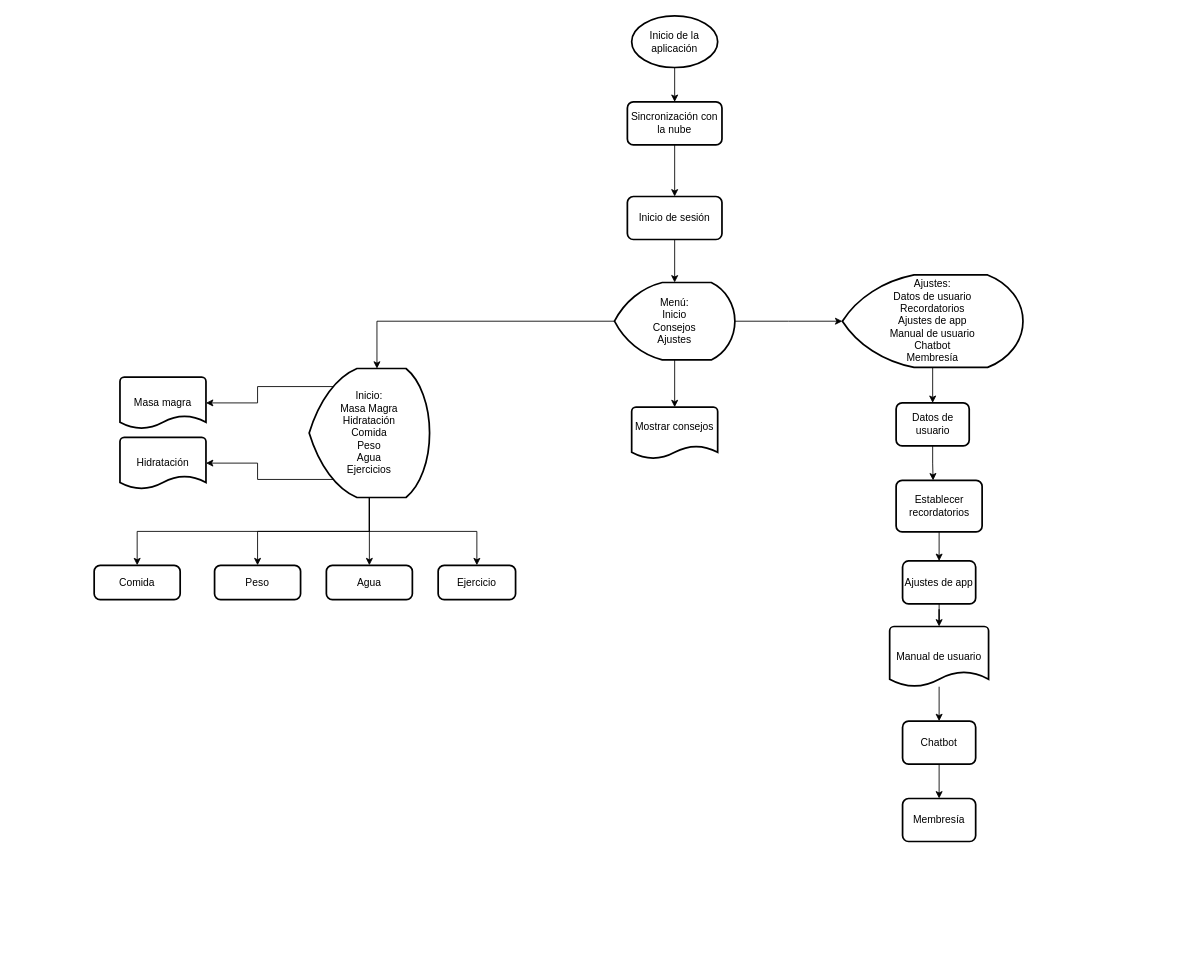
Earlier version of the draw.io diagram Tercera_Fase/Diagramas de software/Diagrama_App.drawio (Angeloib98/BIATRONIC). Source tidied: cells renumbered, new cells numbered last; positions are measured from the earlier drawing's top-left corner, leaving out a move shared by most shapes. Both pictures are drawn from the tidied source at 86%, with x=0, y=0 at pixel (94, 15).
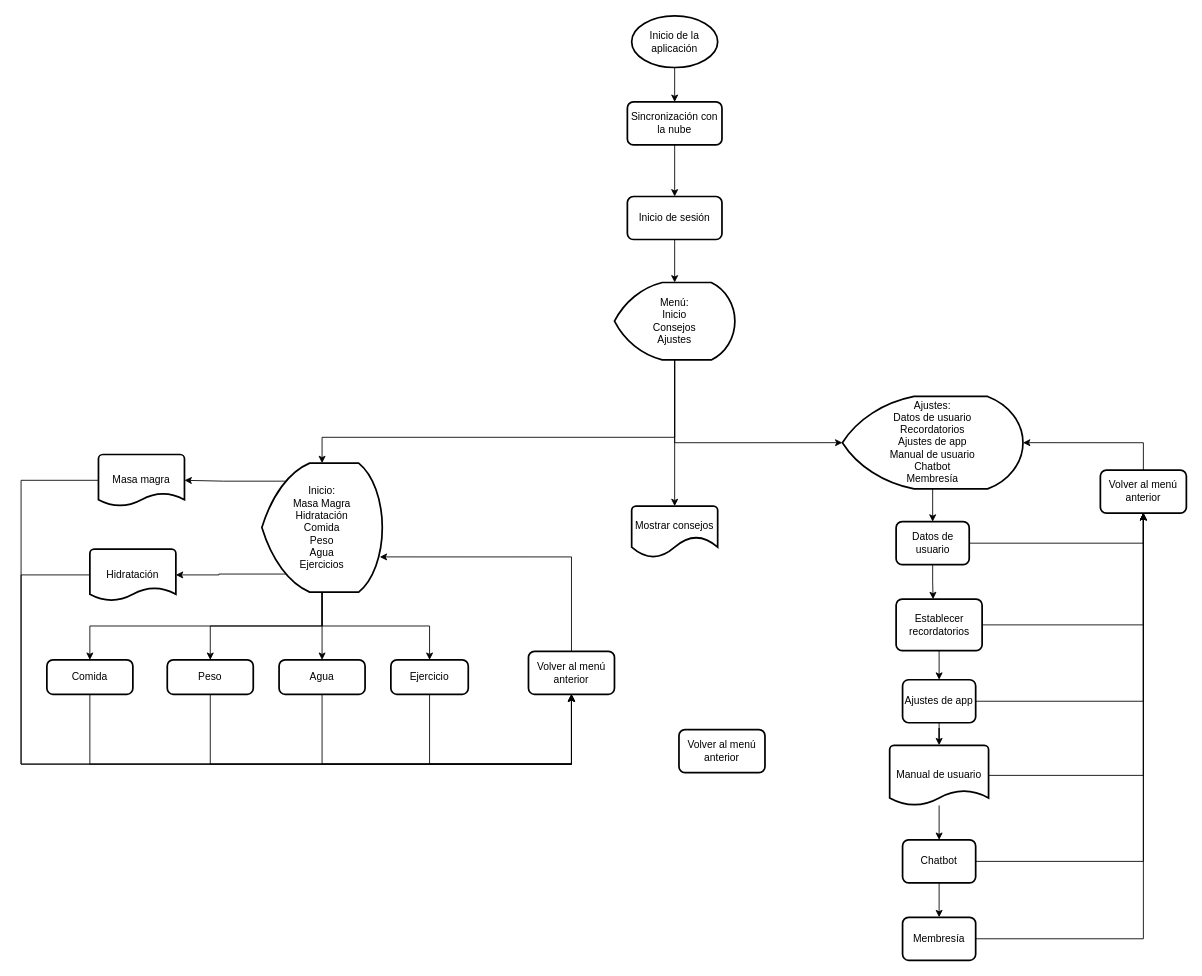
Above is the later version.

The change refers to these unchanged cells:
```xml
<mxCell id="11" value="Menú:&lt;br&gt;Inicio&lt;br&gt;Consejos&lt;br&gt;Ajustes" style="strokeWidth=2;html=1;shape=mxgraph.flowchart.display;whiteSpace=wrap;" parent="1" vertex="1">
  <mxGeometry x="605" y="310" width="140" height="90" as="geometry" />
</mxCell>
```

The edit, as a diff of the source:
```diff
@@
+    <mxCell id="9" style="edgeStyle=orthogonalEdgeStyle;rounded=0;jettySize=auto;html=1;exitX=0.5;exitY=1;exitDx=0;exitDy=0;exitPerimeter=0;" parent="1" edge="1" source="11" target="12">
+      <mxGeometry relative="1" as="geometry" />
+    </mxCell>
-    <mxCell id="8" style="edgeStyle=orthogonalEdgeStyle;rounded=0;jettySize=auto;html=1;exitX=0;exitY=0.5;exitDx=0;exitDy=0;exitPerimeter=0;entryX=0.563;entryY=0.001;entryDx=0;entryDy=0;entryPerimeter=0;" parent="1" edge="1" source="11" target="21">
-      <mxGeometry relative="1" as="geometry" />
+    <mxCell id="8" style="edgeStyle=orthogonalEdgeStyle;rounded=0;jettySize=auto;html=1;exitX=0.5;exitY=1;exitDx=0;exitDy=0;exitPerimeter=0;" parent="1" edge="1" source="11" target="21">
+      <mxGeometry relative="1" as="geometry">
+        <Array as="points">
+          <mxPoint x="675" y="490" />
+          <mxPoint x="265" y="490" />
+        </Array>
+      </mxGeometry>
     </mxCell>
-    <mxCell id="9" style="edgeStyle=orthogonalEdgeStyle;rounded=0;jettySize=auto;html=1;exitX=0.5;exitY=1;exitDx=0;exitDy=0;exitPerimeter=0;" parent="1" edge="1" source="11" target="12">
-      <mxGeometry relative="1" as="geometry" />
-    </mxCell>
-    <mxCell id="10" style="edgeStyle=orthogonalEdgeStyle;rounded=0;jettySize=auto;html=1;exitX=1;exitY=0.5;exitDx=0;exitDy=0;exitPerimeter=0;" parent="1" edge="1" source="11" target="14">
+    <mxCell id="10" style="edgeStyle=orthogonalEdgeStyle;rounded=0;jettySize=auto;html=1;exitX=0.5;exitY=1;exitDx=0;exitDy=0;exitPerimeter=0;entryX=0;entryY=0.5;entryDx=0;entryDy=0;entryPerimeter=0;" parent="1" edge="1" source="11" target="14">
       <mxGeometry relative="1" as="geometry" />
     </mxCell>
@@
-    <mxCell id="12" value="Mostrar consejos&lt;br&gt;&amp;nbsp;" style="strokeWidth=2;html=1;shape=mxgraph.flowchart.document2;whiteSpace=wrap;size=0.25;" parent="1" vertex="1">
-      <mxGeometry x="625" y="455" width="100" height="60" as="geometry" />
+    <mxCell id="12" value="Mostrar consejos&lt;br&gt;&amp;nbsp;" style="strokeWidth=2;html=1;shape=mxgraph.flowchart.document2;whiteSpace=wrap;size=0.4071751912434896;" parent="1" vertex="1">
+      <mxGeometry x="625" y="570" width="100" height="60" as="geometry" />
     </mxCell>
@@
     <mxCell id="14" value="Ajustes:&lt;br&gt;Datos de usuario&lt;br&gt;Recordatorios&lt;br&gt;Ajustes de app&lt;br&gt;Manual de usuario&lt;br&gt;Chatbot&lt;br&gt;Membresía" style="strokeWidth=2;html=1;shape=mxgraph.flowchart.display;whiteSpace=wrap;" parent="1" vertex="1">
-      <mxGeometry x="870" y="301.2" width="210" height="107.5" as="geometry" />
+      <mxGeometry x="870" y="442.5" width="210" height="107.5" as="geometry" />
     </mxCell>
-    <mxCell id="15" style="edgeStyle=orthogonalEdgeStyle;rounded=0;jettySize=auto;html=1;exitX=0.2;exitY=0.14;exitDx=0;exitDy=0;exitPerimeter=0;entryX=1;entryY=0.5;entryDx=0;entryDy=0;entryPerimeter=0;" parent="1" edge="1" source="21" target="26">
-      <mxGeometry relative="1" as="geometry" />
-    </mxCell>
-    <mxCell id="16" style="edgeStyle=orthogonalEdgeStyle;rounded=0;jettySize=auto;html=1;exitX=0.2;exitY=0.86;exitDx=0;exitDy=0;exitPerimeter=0;entryX=1;entryY=0.5;entryDx=0;entryDy=0;entryPerimeter=0;" parent="1" edge="1" source="21" target="27">
-      <mxGeometry relative="1" as="geometry" />
-    </mxCell>
@@
+    <mxCell id="39" style="edgeStyle=orthogonalEdgeStyle;rounded=0;jettySize=auto;html=1;exitX=0.2;exitY=0.14;exitDx=0;exitDy=0;exitPerimeter=0;entryX=1;entryY=0.5;entryDx=0;entryDy=0;entryPerimeter=0;" parent="1" edge="1" source="21">
+      <mxGeometry relative="1" as="geometry">
+        <mxPoint x="105" y="540" as="targetPoint" />
+      </mxGeometry>
+    </mxCell>
+    <mxCell id="16" style="edgeStyle=orthogonalEdgeStyle;rounded=0;jettySize=auto;html=1;exitX=0.2;exitY=0.86;exitDx=0;exitDy=0;exitPerimeter=0;entryX=1;entryY=0.5;entryDx=0;entryDy=0;entryPerimeter=0;" parent="1" edge="1" source="21" target="27">
+      <mxGeometry relative="1" as="geometry" />
+    </mxCell>
     <mxCell id="21" value="Inicio:&lt;br&gt;Masa Magra&lt;br&gt;Hidratación&lt;br&gt;Comida&lt;br&gt;Peso&lt;br&gt;Agua&lt;br&gt;Ejercicios" style="strokeWidth=2;html=1;shape=mxgraph.flowchart.display;whiteSpace=wrap;" parent="1" vertex="1">
-      <mxGeometry x="250" y="410" width="140" height="150" as="geometry" />
+      <mxGeometry x="195" y="520" width="140" height="150" as="geometry" />
     </mxCell>
@@
+    <mxCell id="40" style="edgeStyle=orthogonalEdgeStyle;rounded=0;jettySize=auto;html=1;exitX=1;exitY=0.5;exitDx=0;exitDy=0;exitPerimeter=0;entryX=0.5;entryY=1;entryDx=0;entryDy=0;" parent="1" edge="1" source="23" target="55">
+      <mxGeometry relative="1" as="geometry">
+        <Array as="points">
+          <mxPoint x="1220" y="883.1" />
+        </Array>
+      </mxGeometry>
+    </mxCell>
     <mxCell id="23" value="Manual de usuario" style="strokeWidth=2;html=1;shape=mxgraph.flowchart.document2;whiteSpace=wrap;size=0.25;" parent="1" vertex="1">
-      <mxGeometry x="925" y="710" width="115" height="70" as="geometry" />
+      <mxGeometry x="925" y="848.1" width="115" height="70" as="geometry" />
     </mxCell>
@@
+    <mxCell id="41" style="edgeStyle=orthogonalEdgeStyle;rounded=0;jettySize=auto;html=1;exitX=1;exitY=0.5;exitDx=0;exitDy=0;entryX=0.5;entryY=1;entryDx=0;entryDy=0;" parent="1" edge="1" source="25" target="55">
+      <mxGeometry relative="1" as="geometry">
+        <Array as="points">
+          <mxPoint x="1220" y="983.1" />
+        </Array>
+      </mxGeometry>
+    </mxCell>
     <mxCell id="25" value="Chatbot" style="rounded=1;whiteSpace=wrap;html=1;absoluteArcSize=1;arcSize=14;strokeWidth=2;" parent="1" vertex="1">
-      <mxGeometry x="940" y="820" width="85" height="50" as="geometry" />
+      <mxGeometry x="940" y="958.1" width="85" height="50" as="geometry" />
     </mxCell>
+    <mxCell id="42" style="edgeStyle=orthogonalEdgeStyle;rounded=0;jettySize=auto;html=1;exitX=0;exitY=0.5;exitDx=0;exitDy=0;exitPerimeter=0;entryX=0.5;entryY=1;entryDx=0;entryDy=0;" parent="1" edge="1" target="53">
+      <mxGeometry relative="1" as="geometry">
+        <mxPoint x="5" y="540" as="sourcePoint" />
+        <Array as="points">
+          <mxPoint x="-85" y="540" />
+          <mxPoint x="-85" y="870" />
+          <mxPoint x="555" y="870" />
+        </Array>
+      </mxGeometry>
+    </mxCell>
     <mxCell id="26" value="Masa magra" style="strokeWidth=2;html=1;shape=mxgraph.flowchart.document2;whiteSpace=wrap;size=0.25;" parent="1" vertex="1">
-      <mxGeometry x="30" y="420" width="100" height="60" as="geometry" />
+      <mxGeometry x="5" y="510" width="100" height="60" as="geometry" />
     </mxCell>
+    <mxCell id="43" style="edgeStyle=orthogonalEdgeStyle;rounded=0;jettySize=auto;html=1;exitX=0;exitY=0.5;exitDx=0;exitDy=0;exitPerimeter=0;entryX=0.5;entryY=1;entryDx=0;entryDy=0;" parent="1" edge="1" source="27" target="53">
+      <mxGeometry relative="1" as="geometry">
+        <Array as="points">
+          <mxPoint x="-85" y="650" />
+          <mxPoint x="-85" y="870" />
+          <mxPoint x="555" y="870" />
+        </Array>
+      </mxGeometry>
+    </mxCell>
     <mxCell id="27" value="Hidratación" style="strokeWidth=2;html=1;shape=mxgraph.flowchart.document2;whiteSpace=wrap;size=0.25;" parent="1" vertex="1">
-      <mxGeometry x="30" y="490" width="100" height="60" as="geometry" />
+      <mxGeometry x="-5" y="620" width="100" height="60" as="geometry" />
     </mxCell>
+    <mxCell id="44" style="edgeStyle=orthogonalEdgeStyle;rounded=0;jettySize=auto;html=1;exitX=0.5;exitY=1;exitDx=0;exitDy=0;entryX=0.5;entryY=1;entryDx=0;entryDy=0;" parent="1" edge="1" source="28" target="53">
+      <mxGeometry relative="1" as="geometry">
+        <Array as="points">
+          <mxPoint x="-5" y="870" />
+          <mxPoint x="555" y="870" />
+        </Array>
+      </mxGeometry>
+    </mxCell>
     <mxCell id="28" value="Comida" style="rounded=1;whiteSpace=wrap;html=1;absoluteArcSize=1;arcSize=14;strokeWidth=2;" parent="1" vertex="1">
-      <mxGeometry y="638.8" width="100" height="40" as="geometry" />
+      <mxGeometry x="-55" y="748.8" width="100" height="40" as="geometry" />
     </mxCell>
+    <mxCell id="45" style="edgeStyle=orthogonalEdgeStyle;rounded=0;jettySize=auto;html=1;exitX=0.5;exitY=1;exitDx=0;exitDy=0;entryX=0.5;entryY=1;entryDx=0;entryDy=0;" parent="1" edge="1" source="29" target="53">
+      <mxGeometry relative="1" as="geometry">
+        <Array as="points">
+          <mxPoint x="135" y="870" />
+          <mxPoint x="555" y="870" />
+        </Array>
+      </mxGeometry>
+    </mxCell>
     <mxCell id="29" value="Peso" style="rounded=1;whiteSpace=wrap;html=1;absoluteArcSize=1;arcSize=14;strokeWidth=2;" parent="1" vertex="1">
-      <mxGeometry x="140" y="638.8" width="100" height="40" as="geometry" />
+      <mxGeometry x="85" y="748.8" width="100" height="40" as="geometry" />
     </mxCell>
+    <mxCell id="46" style="edgeStyle=orthogonalEdgeStyle;rounded=0;jettySize=auto;html=1;exitX=0.5;exitY=1;exitDx=0;exitDy=0;entryX=0.5;entryY=1;entryDx=0;entryDy=0;" parent="1" edge="1" source="30" target="53">
+      <mxGeometry relative="1" as="geometry">
+        <Array as="points">
+          <mxPoint x="265" y="870" />
+          <mxPoint x="555" y="870" />
+        </Array>
+      </mxGeometry>
+    </mxCell>
     <mxCell id="30" value="Agua" style="rounded=1;whiteSpace=wrap;html=1;absoluteArcSize=1;arcSize=14;strokeWidth=2;" parent="1" vertex="1">
-      <mxGeometry x="270" y="638.8" width="100" height="40" as="geometry" />
+      <mxGeometry x="215" y="748.8" width="100" height="40" as="geometry" />
     </mxCell>
+    <mxCell id="47" style="edgeStyle=orthogonalEdgeStyle;rounded=0;jettySize=auto;html=1;exitX=0.5;exitY=1;exitDx=0;exitDy=0;entryX=0.5;entryY=1;entryDx=0;entryDy=0;" parent="1" edge="1" source="31" target="53">
+      <mxGeometry relative="1" as="geometry">
+        <Array as="points">
+          <mxPoint x="390" y="870" />
+          <mxPoint x="555" y="870" />
+        </Array>
+      </mxGeometry>
+    </mxCell>
     <mxCell id="31" value="Ejercicio" style="rounded=1;whiteSpace=wrap;html=1;absoluteArcSize=1;arcSize=14;strokeWidth=2;" parent="1" vertex="1">
-      <mxGeometry x="400" y="638.8" width="90" height="40" as="geometry" />
+      <mxGeometry x="345" y="748.8" width="90" height="40" as="geometry" />
     </mxCell>
@@
+    <mxCell id="48" style="edgeStyle=orthogonalEdgeStyle;rounded=0;jettySize=auto;html=1;exitX=1;exitY=0.5;exitDx=0;exitDy=0;entryX=0.5;entryY=1;entryDx=0;entryDy=0;" parent="1" edge="1" source="33" target="55">
+      <mxGeometry relative="1" as="geometry">
+        <Array as="points">
+          <mxPoint x="1220" y="708.1" />
+        </Array>
+      </mxGeometry>
+    </mxCell>
     <mxCell id="33" value="Establecer recordatorios" style="rounded=1;whiteSpace=wrap;html=1;absoluteArcSize=1;arcSize=14;strokeWidth=2;" parent="1" vertex="1">
-      <mxGeometry x="932.5" y="540" width="100" height="60" as="geometry" />
+      <mxGeometry x="932.5" y="678.1" width="100" height="60" as="geometry" />
     </mxCell>
@@
+    <mxCell id="49" style="edgeStyle=orthogonalEdgeStyle;rounded=0;jettySize=auto;html=1;exitX=1;exitY=0.5;exitDx=0;exitDy=0;entryX=0.5;entryY=1;entryDx=0;entryDy=0;" parent="1" edge="1" source="35" target="55">
+      <mxGeometry relative="1" as="geometry">
+        <Array as="points">
+          <mxPoint x="1220" y="613.1" />
+        </Array>
+      </mxGeometry>
+    </mxCell>
     <mxCell id="35" value="Datos de usuario" style="rounded=1;whiteSpace=wrap;html=1;absoluteArcSize=1;arcSize=14;strokeWidth=2;" parent="1" vertex="1">
-      <mxGeometry x="932.5" y="450" width="85" height="50" as="geometry" />
+      <mxGeometry x="932.5" y="588.1" width="85" height="50" as="geometry" />
     </mxCell>
@@
+    <mxCell id="50" style="edgeStyle=orthogonalEdgeStyle;rounded=0;jettySize=auto;html=1;exitX=1;exitY=0.5;exitDx=0;exitDy=0;entryX=0.5;entryY=1;entryDx=0;entryDy=0;" parent="1" edge="1" source="37" target="55">
+      <mxGeometry relative="1" as="geometry">
+        <Array as="points">
+          <mxPoint x="1220" y="797.1" />
+        </Array>
+      </mxGeometry>
+    </mxCell>
     <mxCell id="37" value="Ajustes de app" style="rounded=1;whiteSpace=wrap;html=1;absoluteArcSize=1;arcSize=14;strokeWidth=2;" parent="1" vertex="1">
-      <mxGeometry x="940" y="633.8" width="85" height="50" as="geometry" />
+      <mxGeometry x="940" y="771.9" width="85" height="50" as="geometry" />
     </mxCell>
+    <mxCell id="51" style="edgeStyle=orthogonalEdgeStyle;rounded=0;jettySize=auto;html=1;exitX=1;exitY=0.5;exitDx=0;exitDy=0;entryX=0.5;entryY=1;entryDx=0;entryDy=0;" parent="1" edge="1" source="38" target="55">
+      <mxGeometry relative="1" as="geometry">
+        <Array as="points">
+          <mxPoint x="1220" y="1073.1" />
+        </Array>
+      </mxGeometry>
+    </mxCell>
     <mxCell id="38" value="Membresía" style="rounded=1;whiteSpace=wrap;html=1;absoluteArcSize=1;arcSize=14;strokeWidth=2;" parent="1" vertex="1">
-      <mxGeometry x="940" y="910" width="85" height="50" as="geometry" />
+      <mxGeometry x="940" y="1048.1" width="85" height="50" as="geometry" />
     </mxCell>
+    <mxCell id="52" style="edgeStyle=orthogonalEdgeStyle;rounded=0;jettySize=auto;html=1;exitX=0.5;exitY=0;exitDx=0;exitDy=0;entryX=0.979;entryY=0.727;entryDx=0;entryDy=0;entryPerimeter=0;" parent="1" edge="1" source="53" target="21">
+      <mxGeometry relative="1" as="geometry">
+        <Array as="points">
+          <mxPoint x="555" y="629" />
+        </Array>
+      </mxGeometry>
+    </mxCell>
+    <mxCell id="53" value="Volver al menú anterior" style="rounded=1;whiteSpace=wrap;html=1;absoluteArcSize=1;arcSize=14;strokeWidth=2;" parent="1" vertex="1">
+      <mxGeometry x="505" y="738.8" width="100" height="50" as="geometry" />
+    </mxCell>
+    <mxCell id="54" style="edgeStyle=orthogonalEdgeStyle;rounded=0;jettySize=auto;html=1;exitX=0.5;exitY=0;exitDx=0;exitDy=0;entryX=1;entryY=0.5;entryDx=0;entryDy=0;entryPerimeter=0;" parent="1" edge="1" source="55" target="14">
+      <mxGeometry relative="1" as="geometry" />
+    </mxCell>
+    <mxCell id="55" value="Volver al menú anterior" style="rounded=1;whiteSpace=wrap;html=1;absoluteArcSize=1;arcSize=14;strokeWidth=2;" parent="1" vertex="1">
+      <mxGeometry x="1170" y="528.1" width="100" height="50" as="geometry" />
+    </mxCell>
+    <mxCell id="56" value="Volver al menú anterior" style="rounded=1;whiteSpace=wrap;html=1;absoluteArcSize=1;arcSize=14;strokeWidth=2;" parent="1" vertex="1">
+      <mxGeometry x="680" y="830" width="100" height="50" as="geometry" />
+    </mxCell>
```
